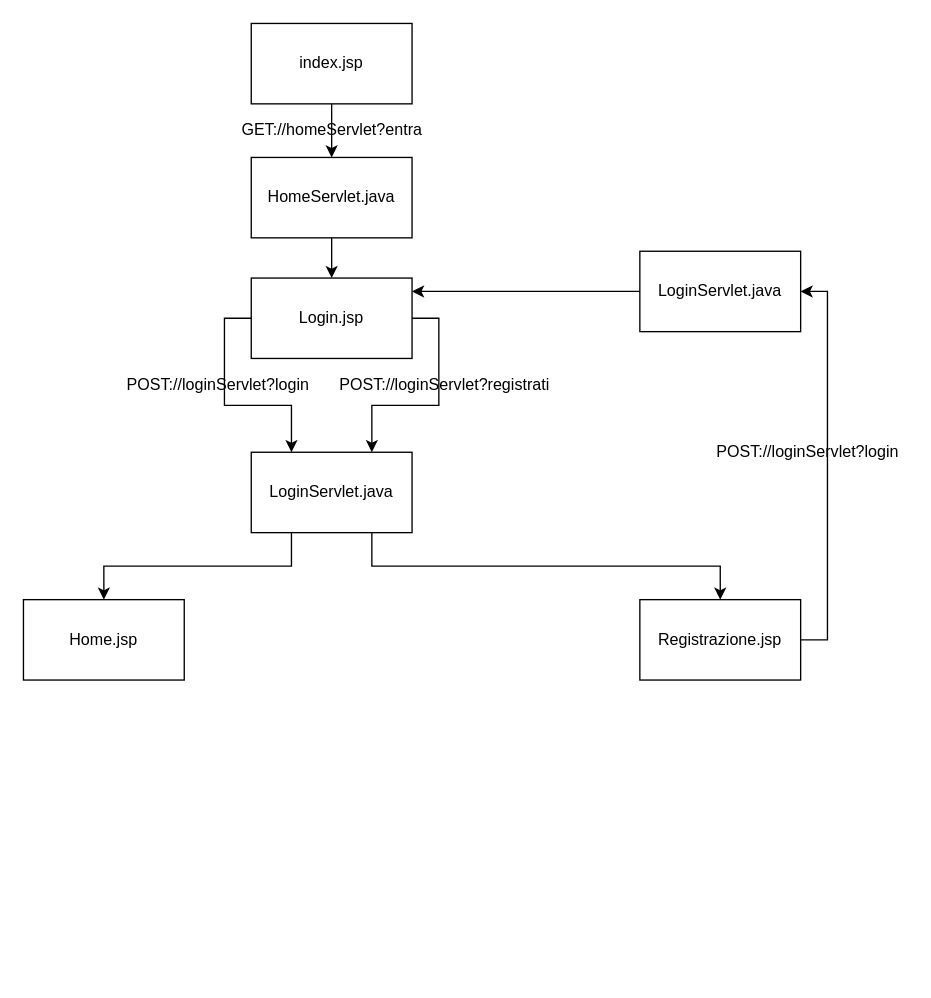
mauromado/CatalogoSpade keeps this draw.io diagram as page "SEQUENZA INTERAZIONI" (3 of 3) of resources/DIAGRAMMA_UTENTI.drawio. Above is the earlier version. Source tidied: cells renumbered, new cells numbered last; positions are measured from the earlier drawing's top-left corner, leaving out a move shared by most shapes. Both pictures are drawn from the tidied source at 134%, with x=0, y=0 at pixel (23, 23).
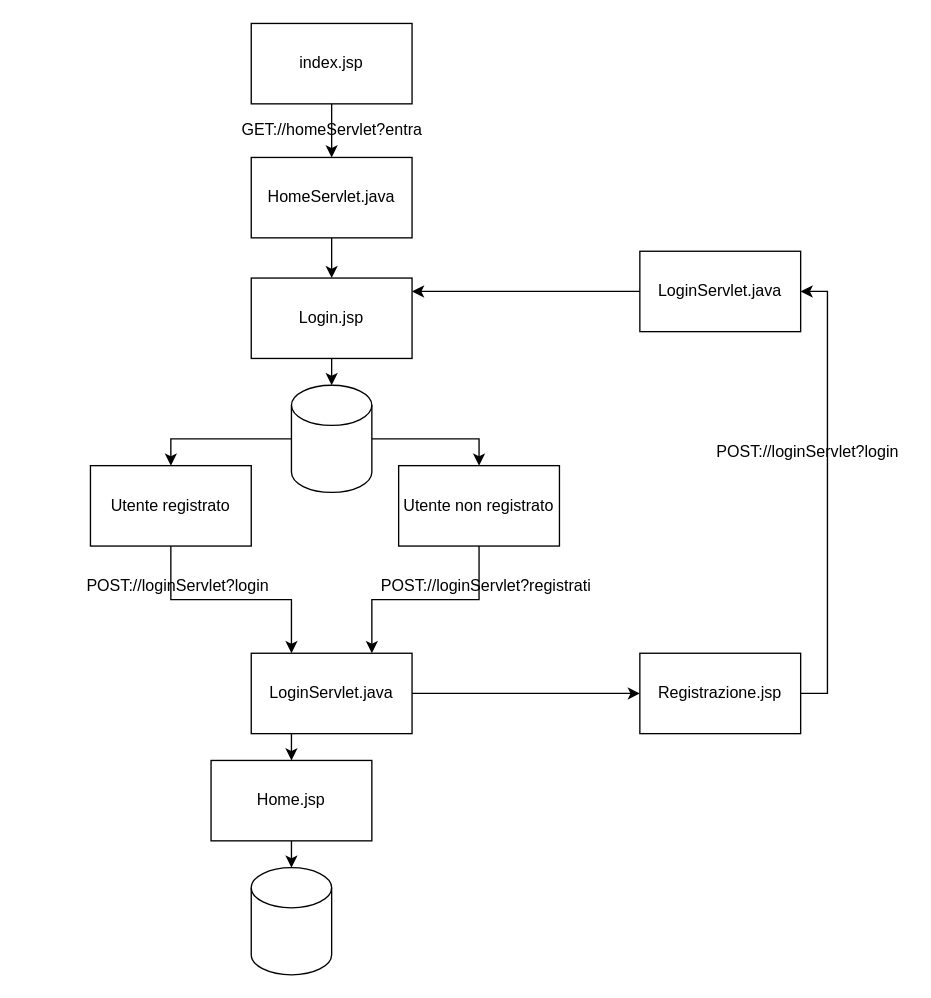
The same page after the edit.

Commit message:
aggiornato diagramma utenti

Unchanged cells that the change refers to:
```xml
<mxCell id="11" value="Login.jsp" style="rounded=0;whiteSpace=wrap;html=1;" parent="1" vertex="1">
  <mxGeometry x="170" y="190" width="120" height="60" as="geometry" />
</mxCell>
```

Diff of the diagram source:
```diff
@@
-    <mxCell id="7" style="edgeStyle=orthogonalEdgeStyle;rounded=0;jettySize=auto;html=1;entryX=0.5;entryY=0;entryDx=0;entryDy=0;exitX=0.75;exitY=1;exitDx=0;exitDy=0;" parent="1" edge="1" source="14" target="13">
-      <mxGeometry relative="1" as="geometry" />
+    <mxCell id="7" style="edgeStyle=orthogonalEdgeStyle;rounded=0;jettySize=auto;html=1;entryX=0;entryY=0.5;entryDx=0;entryDy=0;exitX=1;exitY=0.5;exitDx=0;exitDy=0;" parent="1" edge="1" source="14" target="13">
+      <mxGeometry relative="1" as="geometry">
+        <Array as="points">
+          <mxPoint x="460" y="500" />
+        </Array>
+      </mxGeometry>
     </mxCell>
-    <mxCell id="8" style="edgeStyle=orthogonalEdgeStyle;rounded=0;jettySize=auto;html=1;exitX=0.25;exitY=1;exitDx=0;exitDy=0;entryX=0.5;entryY=0;entryDx=0;entryDy=0;" parent="1" edge="1" source="14" target="19">
-      <mxGeometry relative="1" as="geometry" />
-    </mxCell>
-    <mxCell id="9" style="edgeStyle=orthogonalEdgeStyle;rounded=0;jettySize=auto;html=1;exitX=0;exitY=0.5;exitDx=0;exitDy=0;entryX=0.25;entryY=0;entryDx=0;entryDy=0;" parent="1" edge="1" source="11" target="14">
-      <mxGeometry relative="1" as="geometry" />
-    </mxCell>
-    <mxCell id="10" style="edgeStyle=orthogonalEdgeStyle;rounded=0;jettySize=auto;html=1;exitX=1;exitY=0.5;exitDx=0;exitDy=0;entryX=0.75;entryY=0;entryDx=0;entryDy=0;" parent="1" edge="1" source="11" target="14">
-      <mxGeometry relative="1" as="geometry" />
-    </mxCell>
+    <mxCell id="21" style="edgeStyle=orthogonalEdgeStyle;rounded=0;jettySize=auto;html=1;exitX=0.5;exitY=1;exitDx=0;exitDy=0;entryX=0.5;entryY=0;entryDx=0;entryDy=0;entryPerimeter=0;" parent="1" edge="1" source="11" target="30">
+      <mxGeometry relative="1" as="geometry" />
+    </mxCell>
@@
     <mxCell id="13" value="Registrazione.jsp" style="rounded=0;whiteSpace=wrap;html=1;" parent="1" vertex="1">
-      <mxGeometry x="460" y="430" width="120" height="60" as="geometry" />
+      <mxGeometry x="460" y="470" width="120" height="60" as="geometry" />
     </mxCell>
+    <mxCell id="8" style="edgeStyle=orthogonalEdgeStyle;rounded=0;jettySize=auto;html=1;exitX=0.25;exitY=1;exitDx=0;exitDy=0;entryX=0.5;entryY=0;entryDx=0;entryDy=0;" parent="1" edge="1" source="14" target="19">
+      <mxGeometry relative="1" as="geometry" />
+    </mxCell>
     <mxCell id="14" value="LoginServlet.java" style="rounded=0;whiteSpace=wrap;html=1;" parent="1" vertex="1">
-      <mxGeometry x="170" y="320" width="120" height="60" as="geometry" />
+      <mxGeometry x="170" y="470" width="120" height="60" as="geometry" />
     </mxCell>
-    <mxCell id="15" value="POST://loginServlet?login" style="text;html=1;align=center;verticalAlign=middle;strokeColor=none;fillColor=none;" parent="1" vertex="1">
-      <mxGeometry x="70" y="260" width="150" height="20" as="geometry" />
-    </mxCell>
     <mxCell id="16" value="POST://loginServlet?registrati" style="text;html=1;align=center;verticalAlign=middle;strokeColor=none;fillColor=none;" parent="1" vertex="1">
-      <mxGeometry x="229" y="260" width="170" height="20" as="geometry" />
+      <mxGeometry x="260" y="410" width="170" height="20" as="geometry" />
     </mxCell>
@@
+    <mxCell id="22" style="edgeStyle=orthogonalEdgeStyle;rounded=0;jettySize=auto;html=1;exitX=0.5;exitY=1;exitDx=0;exitDy=0;entryX=0.5;entryY=0;entryDx=0;entryDy=0;entryPerimeter=0;" parent="1" edge="1" source="19" target="27">
+      <mxGeometry relative="1" as="geometry" />
+    </mxCell>
     <mxCell id="19" value="Home.jsp" style="rounded=0;whiteSpace=wrap;html=1;" parent="1" vertex="1">
-      <mxGeometry y="430" width="120" height="60" as="geometry" />
+      <mxGeometry x="140" y="550" width="120" height="60" as="geometry" />
     </mxCell>
@@
+    <mxCell id="23" style="edgeStyle=orthogonalEdgeStyle;rounded=0;jettySize=auto;html=1;exitX=0.5;exitY=1;exitDx=0;exitDy=0;entryX=0.75;entryY=0;entryDx=0;entryDy=0;" parent="1" edge="1" source="24" target="14">
+      <mxGeometry relative="1" as="geometry" />
+    </mxCell>
+    <mxCell id="24" value="Utente non registrato" style="rounded=0;whiteSpace=wrap;html=1;" parent="1" vertex="1">
+      <mxGeometry x="280" y="330" width="120" height="60" as="geometry" />
+    </mxCell>
+    <mxCell id="25" style="edgeStyle=orthogonalEdgeStyle;rounded=0;jettySize=auto;html=1;exitX=0.5;exitY=1;exitDx=0;exitDy=0;entryX=0.25;entryY=0;entryDx=0;entryDy=0;" parent="1" edge="1" source="26" target="14">
+      <mxGeometry relative="1" as="geometry" />
+    </mxCell>
+    <mxCell id="26" value="Utente registrato" style="rounded=0;whiteSpace=wrap;html=1;" parent="1" vertex="1">
+      <mxGeometry x="50" y="330" width="120" height="60" as="geometry" />
+    </mxCell>
+    <mxCell id="15" value="POST://loginServlet?login" style="text;html=1;align=center;verticalAlign=middle;strokeColor=none;fillColor=none;" parent="1" vertex="1">
+      <mxGeometry x="40" y="410" width="150" height="20" as="geometry" />
+    </mxCell>
+    <mxCell id="27" style="shape=cylinder3;whiteSpace=wrap;html=1;boundedLbl=1;backgroundOutline=1;size=15;" parent="1" vertex="1">
+      <mxGeometry x="170" y="630" width="60" height="80" as="geometry" />
+    </mxCell>
+    <mxCell id="28" style="edgeStyle=orthogonalEdgeStyle;rounded=0;jettySize=auto;html=1;exitX=0;exitY=0.5;exitDx=0;exitDy=0;exitPerimeter=0;entryX=0.5;entryY=0;entryDx=0;entryDy=0;" parent="1" edge="1" source="30" target="26">
+      <mxGeometry relative="1" as="geometry" />
+    </mxCell>
+    <mxCell id="29" style="edgeStyle=orthogonalEdgeStyle;rounded=0;jettySize=auto;html=1;exitX=1;exitY=0.5;exitDx=0;exitDy=0;exitPerimeter=0;entryX=0.5;entryY=0;entryDx=0;entryDy=0;" parent="1" edge="1" source="30" target="24">
+      <mxGeometry relative="1" as="geometry" />
+    </mxCell>
+    <mxCell id="30" style="shape=cylinder3;whiteSpace=wrap;html=1;boundedLbl=1;backgroundOutline=1;size=15;" parent="1" vertex="1">
+      <mxGeometry x="200" y="270" width="60" height="80" as="geometry" />
+    </mxCell>
```
